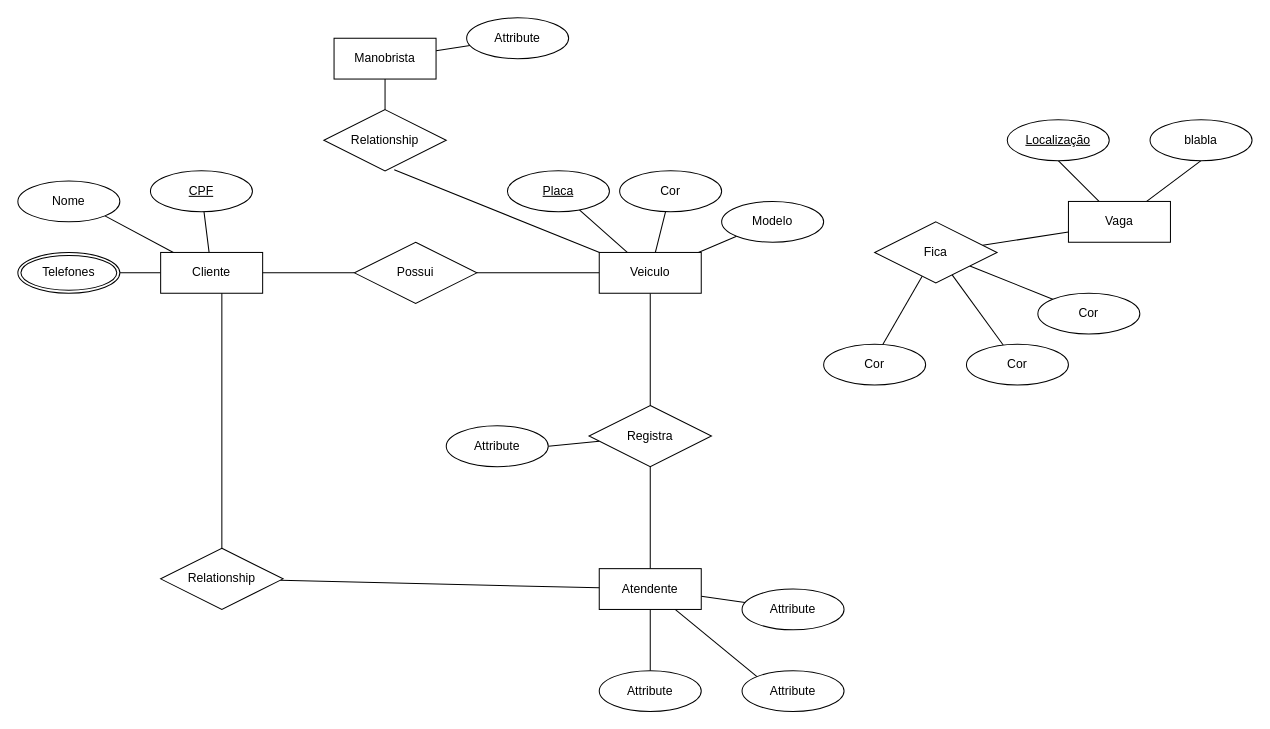
This is Untitled Diagram (2).drawio from BhendonWesley/Draw.io, a draw.io file, before an edit. Source tidied: cells renumbered, new cells numbered last; positions are measured from the earlier drawing's top-left corner, leaving out a move shared by most shapes. Both pictures are drawn from the tidied source at 102%, with x=0, y=0 at pixel (17, 17).
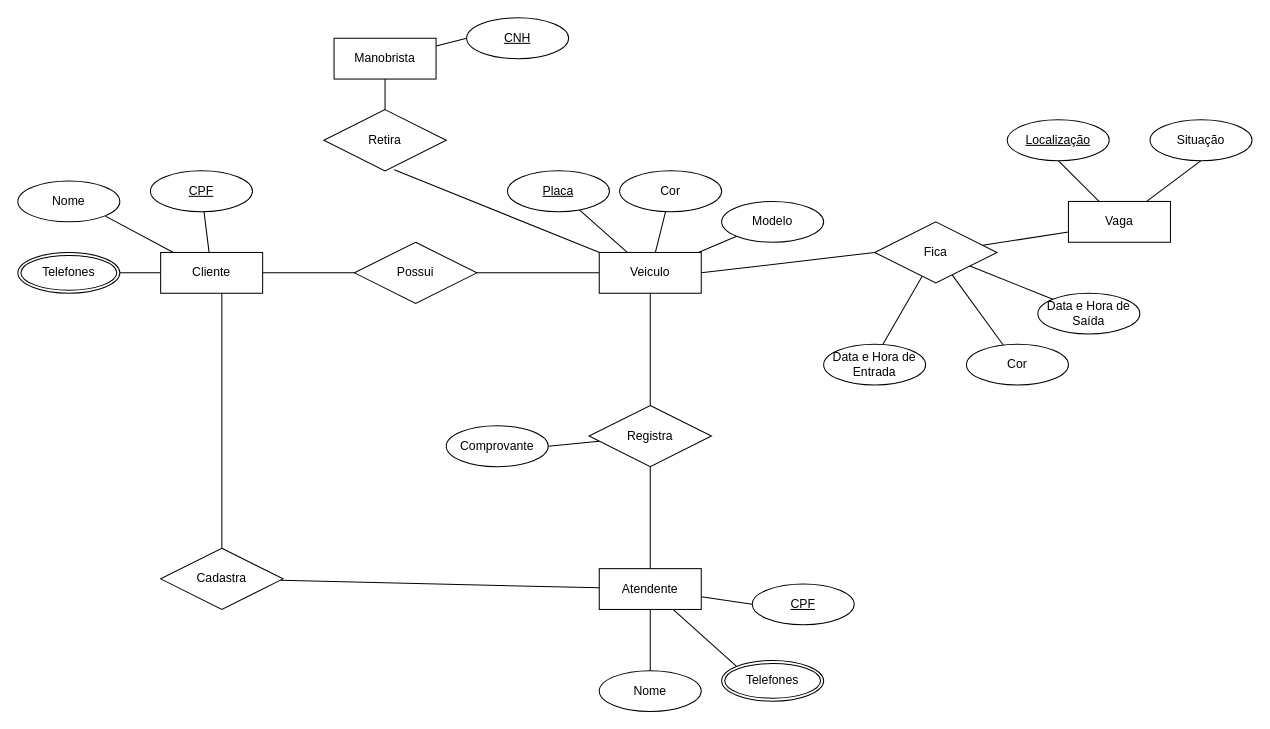
After the change.

Unchanged cells that the change refers to:
```xml
<mxCell id="17" value="Veiculo" style="whiteSpace=wrap;html=1;align=center;" parent="1" vertex="1">
  <mxGeometry x="570" y="230" width="100" height="40" as="geometry" />
</mxCell>
<mxCell id="25" value="Fica" style="shape=rhombus;perimeter=rhombusPerimeter;whiteSpace=wrap;html=1;align=center;" parent="1" vertex="1">
  <mxGeometry x="840" y="200" width="120" height="60" as="geometry" />
</mxCell>
<mxCell id="37" value="Atendente" style="whiteSpace=wrap;html=1;align=center;" parent="1" vertex="1">
  <mxGeometry x="570" y="540" width="100" height="40" as="geometry" />
</mxCell>
<mxCell id="51" value="Manobrista" style="whiteSpace=wrap;html=1;align=center;" parent="1" vertex="1">
  <mxGeometry x="310" y="20" width="100" height="40" as="geometry" />
</mxCell>
```

What changed in the source:
```diff
@@
+    <mxCell id="53" style="rounded=0;jettySize=auto;html=1;exitX=1;exitY=0.5;exitDx=0;exitDy=0;entryX=0;entryY=0.5;entryDx=0;entryDy=0;endArrow=none;endFill=0;" parent="1" edge="1" source="17" target="25">
+      <mxGeometry relative="1" as="geometry" />
+    </mxCell>
@@
-    <mxCell id="30" value="blabla" style="ellipse;whiteSpace=wrap;html=1;align=center;" parent="1" vertex="1">
+    <mxCell id="30" value="Situação" style="ellipse;whiteSpace=wrap;html=1;align=center;" parent="1" vertex="1">
       <mxGeometry x="1110" y="100" width="100" height="40" as="geometry" />
     </mxCell>
@@
-    <mxCell id="34" style="edgeStyle=none;rounded=0;jettySize=auto;html=1;endArrow=none;endFill=0;" parent="1" edge="1" source="37" target="39">
+    <mxCell id="34" style="edgeStyle=none;rounded=0;jettySize=auto;html=1;endArrow=none;endFill=0;entryX=0;entryY=0.5;entryDx=0;entryDy=0;" parent="1" edge="1" source="37" target="54">
       <mxGeometry relative="1" as="geometry" />
     </mxCell>
-    <mxCell id="35" style="edgeStyle=none;rounded=0;jettySize=auto;html=1;entryX=0;entryY=0;entryDx=0;entryDy=0;endArrow=none;endFill=0;" parent="1" edge="1" source="37" target="40">
+    <mxCell id="35" style="edgeStyle=none;rounded=0;jettySize=auto;html=1;entryX=0;entryY=0;entryDx=0;entryDy=0;endArrow=none;endFill=0;" parent="1" edge="1" source="37" target="55">
       <mxGeometry relative="1" as="geometry" />
     </mxCell>
@@
-    <mxCell id="38" value="Attribute" style="ellipse;whiteSpace=wrap;html=1;align=center;" parent="1" vertex="1">
+    <mxCell id="38" value="Comprovante" style="ellipse;whiteSpace=wrap;html=1;align=center;" parent="1" vertex="1">
       <mxGeometry x="420" y="400" width="100" height="40" as="geometry" />
     </mxCell>
-    <mxCell id="39" value="Attribute" style="ellipse;whiteSpace=wrap;html=1;align=center;" parent="1" vertex="1">
-      <mxGeometry x="710" y="560" width="100" height="40" as="geometry" />
-    </mxCell>
-    <mxCell id="40" value="Attribute" style="ellipse;whiteSpace=wrap;html=1;align=center;" parent="1" vertex="1">
-      <mxGeometry x="710" y="640" width="100" height="40" as="geometry" />
-    </mxCell>
-    <mxCell id="41" value="Attribute" style="ellipse;whiteSpace=wrap;html=1;align=center;" parent="1" vertex="1">
+    <mxCell id="41" value="Nome" style="ellipse;whiteSpace=wrap;html=1;align=center;" parent="1" vertex="1">
       <mxGeometry x="570" y="640" width="100" height="40" as="geometry" />
     </mxCell>
-    <mxCell id="42" value="Cor" style="ellipse;whiteSpace=wrap;html=1;align=center;" parent="1" vertex="1">
+    <mxCell id="42" value="Data e Hora de Entrada" style="ellipse;whiteSpace=wrap;html=1;align=center;" parent="1" vertex="1">
       <mxGeometry x="790" y="320" width="100" height="40" as="geometry" />
     </mxCell>
@@
-    <mxCell id="44" value="Cor" style="ellipse;whiteSpace=wrap;html=1;align=center;" parent="1" vertex="1">
+    <mxCell id="44" value="Data e Hora de Saída" style="ellipse;whiteSpace=wrap;html=1;align=center;" parent="1" vertex="1">
       <mxGeometry x="1000" y="270" width="100" height="40" as="geometry" />
     </mxCell>
@@
-    <mxCell id="47" value="Relationship" style="shape=rhombus;perimeter=rhombusPerimeter;whiteSpace=wrap;html=1;align=center;" parent="1" vertex="1">
+    <mxCell id="47" value="Cadastra" style="shape=rhombus;perimeter=rhombusPerimeter;whiteSpace=wrap;html=1;align=center;" parent="1" vertex="1">
       <mxGeometry x="140" y="520" width="120" height="60" as="geometry" />
     </mxCell>
@@
-    <mxCell id="49" value="Relationship" style="shape=rhombus;perimeter=rhombusPerimeter;whiteSpace=wrap;html=1;align=center;" parent="1" vertex="1">
+    <mxCell id="49" value="Retira" style="shape=rhombus;perimeter=rhombusPerimeter;whiteSpace=wrap;html=1;align=center;" parent="1" vertex="1">
       <mxGeometry x="300" y="90" width="120" height="60" as="geometry" />
     </mxCell>
-    <mxCell id="50" style="edgeStyle=none;rounded=0;jettySize=auto;html=1;endArrow=none;endFill=0;" parent="1" edge="1" source="51" target="52">
+    <mxCell id="50" style="edgeStyle=none;rounded=0;jettySize=auto;html=1;endArrow=none;endFill=0;entryX=0;entryY=0.5;entryDx=0;entryDy=0;" parent="1" edge="1" source="51" target="56">
       <mxGeometry relative="1" as="geometry" />
     </mxCell>
@@
-    <mxCell id="52" value="Attribute" style="ellipse;whiteSpace=wrap;html=1;align=center;" parent="1" vertex="1">
-      <mxGeometry x="440" width="100" height="40" as="geometry" />
-    </mxCell>
+    <mxCell id="54" value="CPF" style="ellipse;whiteSpace=wrap;html=1;align=center;fontStyle=4;" parent="1" vertex="1">
+      <mxGeometry x="720" y="555" width="100" height="40" as="geometry" />
+    </mxCell>
+    <mxCell id="55" value="Telefones" style="ellipse;shape=doubleEllipse;margin=3;whiteSpace=wrap;html=1;align=center;" parent="1" vertex="1">
+      <mxGeometry x="690" y="630" width="100" height="40" as="geometry" />
+    </mxCell>
+    <mxCell id="56" value="CNH" style="ellipse;whiteSpace=wrap;html=1;align=center;fontStyle=4;" parent="1" vertex="1">
+      <mxGeometry x="440" width="100" height="40" as="geometry" />
+    </mxCell>
```
